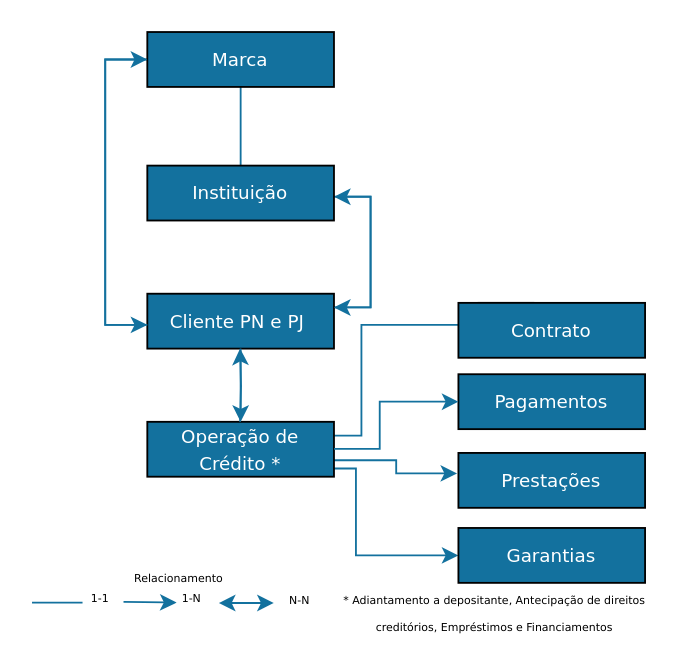
Before: draw_io_diagrams/bank_borrowing/DER_BankBorrowing.drawio in OpenBanking-Brasil/areadesenvolvedor, a draw.io diagram. Source tidied: cells renumbered, new cells numbered last; positions are measured from the earlier drawing's top-left corner, leaving out a move shared by most shapes. Both pictures are drawn from the tidied source at 183%, with x=0, y=0 at pixel (31, 31).
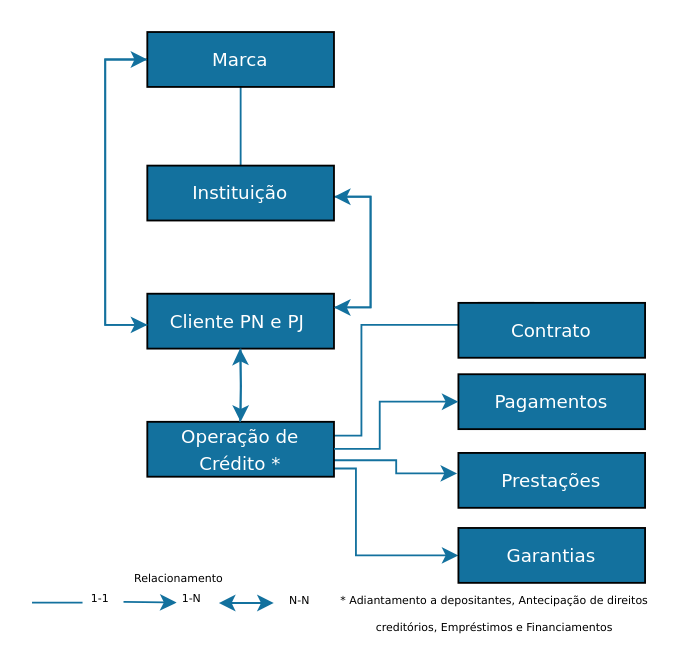
The same page after the edit.

Change to the diagram source:
```diff
@@
-    <mxCell id="18" value="&lt;font face=&quot;Verdana&quot; style=&quot;font-size: 6px&quot;&gt;* Adiantamento a depositante, Antecipação de direitos creditórios, Empréstimos e Financiamentos&lt;/font&gt;" style="text;html=1;strokeColor=none;fillColor=none;align=center;verticalAlign=middle;whiteSpace=wrap;rounded=0;" parent="1" vertex="1">
+    <mxCell id="18" value="&lt;font face=&quot;Verdana&quot; style=&quot;font-size: 6px&quot;&gt;* Adiantamento a depositantes, Antecipação de direitos creditórios, Empréstimos e Financiamentos&lt;/font&gt;" style="text;html=1;strokeColor=none;fillColor=none;align=center;verticalAlign=middle;whiteSpace=wrap;rounded=0;" parent="1" vertex="1">
       <mxGeometry x="165" y="301" width="176" height="30" as="geometry" />
     </mxCell>
```
